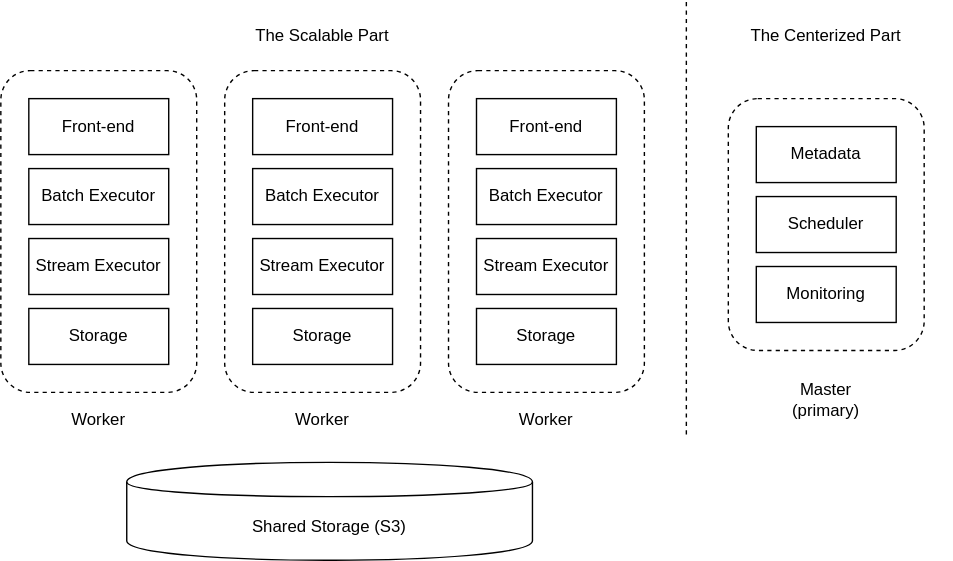
Before: docs/images/meta-service/cluster-deployment.svg, a diagram exported from draw.io (risingwavelabs/risingwave). Source tidied: cells renumbered, new cells last; positions are measured from the earlier drawing's top-left corner, leaving out a move shared by most shapes.
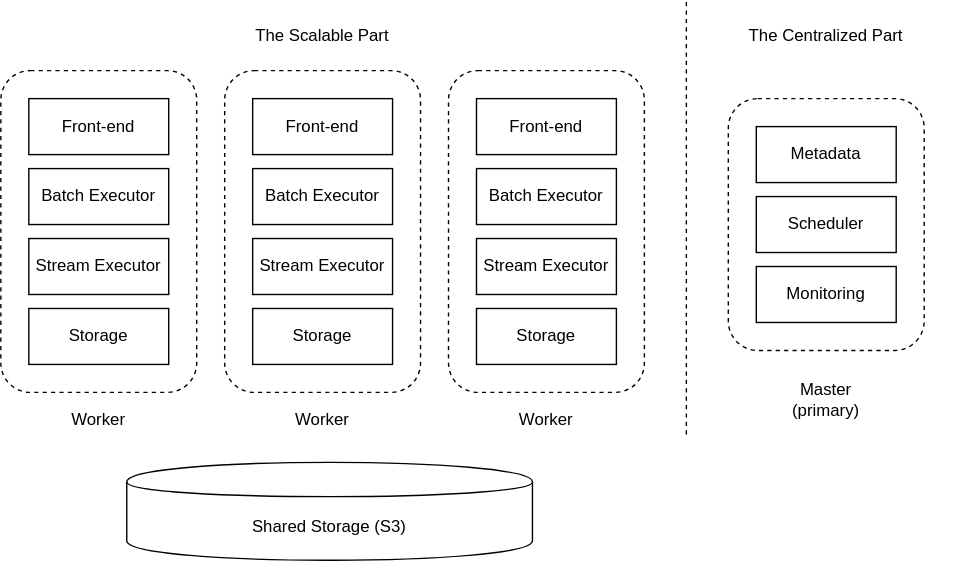
Above is the later version.

Commit message:
revise according to comments

What changed in the source:
```diff
@@ -74,7 +74,7 @@
     <mxCell id="25" value="Monitoring" style="rounded=0;whiteSpace=wrap;html=1;" parent="1" vertex="1">
       <mxGeometry x="540" y="190" width="100" height="40" as="geometry" />
     </mxCell>
-    <mxCell id="26" value="The Centerized Part" style="text;html=1;strokeColor=none;fillColor=none;align=center;verticalAlign=middle;whiteSpace=wrap;rounded=0;" parent="1" vertex="1">
+    <mxCell id="26" value="The Centralized&amp;nbsp;Part" style="text;html=1;strokeColor=none;fillColor=none;align=center;verticalAlign=middle;whiteSpace=wrap;rounded=0;" parent="1" vertex="1">
       <mxGeometry x="500" y="10" width="180" height="30" as="geometry" />
     </mxCell>
     <mxCell id="27" value="The Scalable Part" style="text;html=1;strokeColor=none;fillColor=none;align=center;verticalAlign=middle;whiteSpace=wrap;rounded=0;" parent="1" vertex="1">
```
